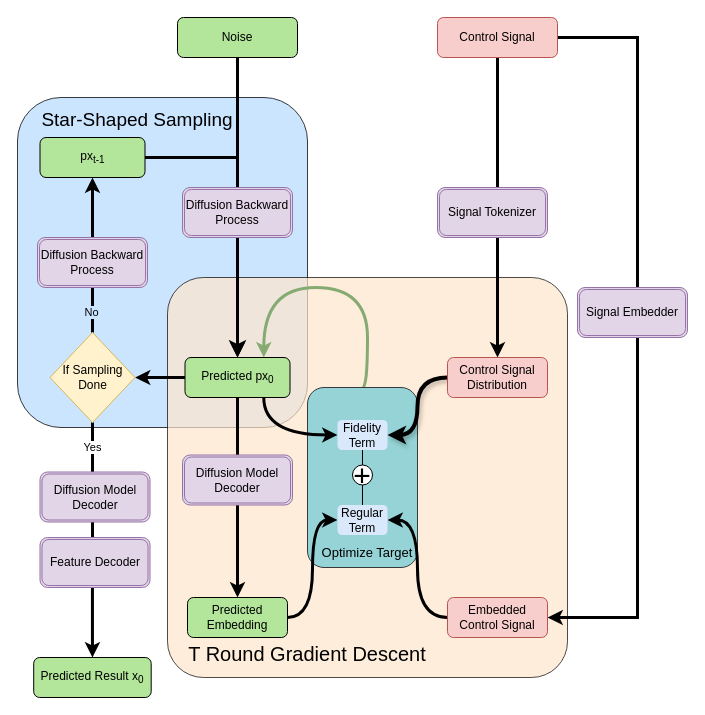
Before: 未命名绘图.drawio in DJ-Won/PRC, a draw.io diagram. Source tidied: cells renumbered, new cells numbered last; positions are measured from the earlier drawing's top-left corner, leaving out a move shared by most shapes. Both pictures are drawn from the tidied source at 100%, with x=0, y=0 at pixel (17, 17).
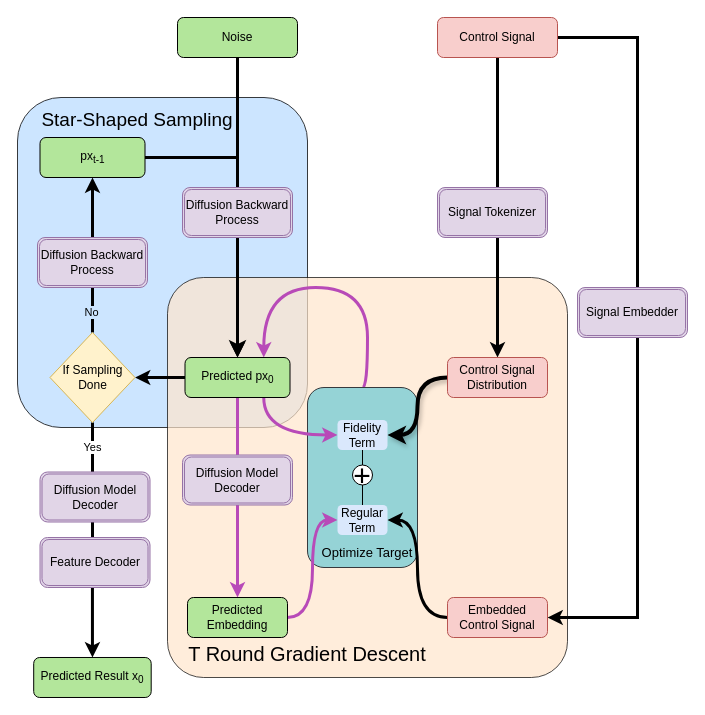
The same diagram, later.

Commit message:
更新未命名绘图.drawio

The change refers to these unchanged cells:
```xml
<mxCell id="5" style="rounded=1;whiteSpace=wrap;html=1;fillColor=#95D3D6;strokeColor=#36393d;" parent="1" vertex="1">
  <mxGeometry x="290" y="370" width="110" height="180" as="geometry" />
</mxCell>
<mxCell id="13" value="Predicted px&lt;sub&gt;0&lt;/sub&gt;" style="rounded=1;whiteSpace=wrap;html=1;fontSize=12;glass=0;strokeWidth=1;shadow=0;fillColor=#B3E69B;direction=south;strokeColor=default;" parent="1" vertex="1">
  <mxGeometry x="167.5" y="340" width="105" height="40" as="geometry" />
</mxCell>
<mxCell id="21" value="Predicted Embedding" style="rounded=1;whiteSpace=wrap;html=1;fontSize=12;glass=0;strokeWidth=1;shadow=0;fillColor=#B3E69B;strokeColor=default;" parent="1" vertex="1">
  <mxGeometry x="170" y="580" width="100" height="40" as="geometry" />
</mxCell>
<mxCell id="24" value="Fidelity Term" style="shape=ext;double=0;rounded=1;whiteSpace=wrap;html=1;fillColor=#dae8fc;strokeColor=none;" parent="1" vertex="1">
  <mxGeometry x="320" y="402.5" width="50" height="30" as="geometry" />
</mxCell>
<mxCell id="29" value="Regular Term" style="shape=ext;double=0;rounded=1;whiteSpace=wrap;html=1;fillColor=#dae8fc;strokeColor=none;" parent="1" vertex="1">
  <mxGeometry x="320" y="487.5" width="50" height="30" as="geometry" />
</mxCell>
```

What changed in the source:
```diff
@@
-    <mxCell id="4" style="edgeStyle=orthogonalEdgeStyle;rounded=0;jettySize=auto;html=1;exitX=0.5;exitY=0;exitDx=0;exitDy=0;entryX=0;entryY=0.25;entryDx=0;entryDy=0;curved=1;strokeWidth=3;fillColor=#cdeb8b;strokeColor=#85AB73;" parent="1" edge="1" source="5" target="13">
+    <mxCell id="4" style="edgeStyle=orthogonalEdgeStyle;rounded=0;jettySize=auto;html=1;exitX=0.5;exitY=0;exitDx=0;exitDy=0;entryX=0;entryY=0.25;entryDx=0;entryDy=0;curved=1;strokeWidth=3;fillColor=#e1d5e7;strokeColor=#B84AB8;" parent="1" edge="1" source="5" target="13">
       <mxGeometry relative="1" as="geometry">
         <Array as="points">
           <mxPoint x="350" y="370" />
           <mxPoint x="350" y="270" />
           <mxPoint x="246" y="270" />
         </Array>
       </mxGeometry>
     </mxCell>
@@
-    <mxCell id="9" style="edgeStyle=orthogonalEdgeStyle;rounded=0;jettySize=auto;html=1;exitX=1;exitY=0.5;exitDx=0;exitDy=0;strokeWidth=3;" parent="1" edge="1" source="13" target="21">
+    <mxCell id="9" style="edgeStyle=orthogonalEdgeStyle;rounded=0;jettySize=auto;html=1;exitX=1;exitY=0.5;exitDx=0;exitDy=0;strokeWidth=3;strokeColor=#B84AB8;" parent="1" edge="1" source="13" target="21">
       <mxGeometry relative="1" as="geometry" />
     </mxCell>
-    <mxCell id="10" style="edgeStyle=orthogonalEdgeStyle;rounded=0;jettySize=auto;html=1;exitX=1;exitY=0.25;exitDx=0;exitDy=0;entryX=0;entryY=0.5;entryDx=0;entryDy=0;curved=1;strokeWidth=3;" parent="1" edge="1" source="13" target="24">
+    <mxCell id="10" style="edgeStyle=orthogonalEdgeStyle;rounded=0;jettySize=auto;html=1;exitX=1;exitY=0.25;exitDx=0;exitDy=0;entryX=0;entryY=0.5;entryDx=0;entryDy=0;curved=1;strokeWidth=3;strokeColor=#B84AB8;" parent="1" edge="1" source="13" target="24">
       <mxGeometry relative="1" as="geometry" />
     </mxCell>
@@
-    <mxCell id="20" style="edgeStyle=orthogonalEdgeStyle;rounded=0;jettySize=auto;html=1;exitX=1;exitY=0.5;exitDx=0;exitDy=0;entryX=0;entryY=0.5;entryDx=0;entryDy=0;curved=1;strokeWidth=3;" parent="1" edge="1" source="21" target="29">
+    <mxCell id="20" style="edgeStyle=orthogonalEdgeStyle;rounded=0;jettySize=auto;html=1;exitX=1;exitY=0.5;exitDx=0;exitDy=0;entryX=0;entryY=0.5;entryDx=0;entryDy=0;curved=1;strokeWidth=3;strokeColor=#B84AB8;" parent="1" edge="1" source="21" target="29">
       <mxGeometry relative="1" as="geometry" />
     </mxCell>
```
